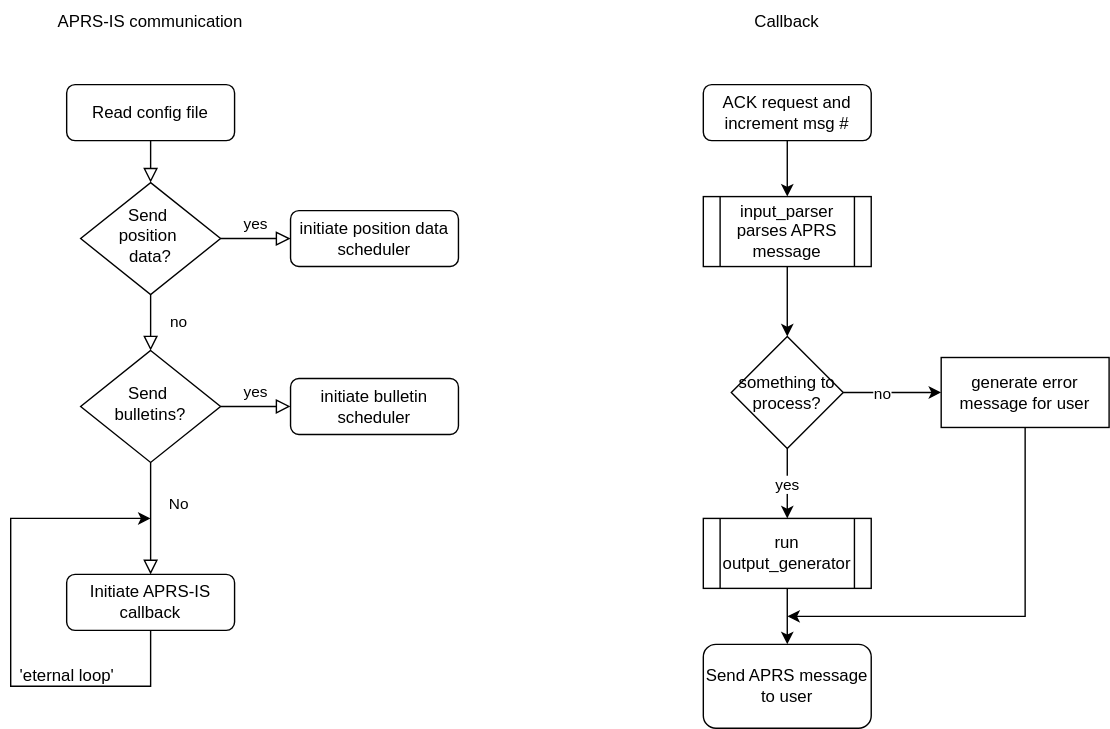
joergschultzelutter/core-aprs-client keeps this draw.io diagram as img/schematics.svg. Above is the earlier version. Source tidied: cells renumbered, new cells last; positions are measured from the earlier drawing's top-left corner, leaving out a move shared by most shapes. Source of this version:
```xml
<mxGraphModel>
  <root>
    <mxCell id="0" />
    <mxCell id="1" parent="0" />
    <mxCell id="2" style="rounded=0;html=1;jettySize=auto;fontSize=11;endArrow=block;endFill=0;endSize=8;strokeWidth=1;shadow=0;labelBackgroundColor=none;edgeStyle=orthogonalEdgeStyle;" parent="1" edge="1" source="3" target="6">
      <mxGeometry relative="1" as="geometry" />
    </mxCell>
    <mxCell id="3" value="Read config file" style="rounded=1;whiteSpace=wrap;html=1;fontSize=12;glass=0;strokeWidth=1;shadow=0;" parent="1" vertex="1">
      <mxGeometry x="45" y="60" width="120" height="40" as="geometry" />
    </mxCell>
    <mxCell id="4" value="no" style="rounded=0;html=1;jettySize=auto;fontSize=11;endArrow=block;endFill=0;endSize=8;strokeWidth=1;shadow=0;labelBackgroundColor=none;edgeStyle=orthogonalEdgeStyle;" parent="1" edge="1" source="6" target="10">
      <mxGeometry y="20" relative="1" as="geometry" />
    </mxCell>
    <mxCell id="5" value="yes" style="edgeStyle=orthogonalEdgeStyle;rounded=0;html=1;jettySize=auto;fontSize=11;endArrow=block;endFill=0;endSize=8;strokeWidth=1;shadow=0;labelBackgroundColor=none;" parent="1" edge="1" source="6" target="7">
      <mxGeometry y="10" relative="1" as="geometry" />
    </mxCell>
    <mxCell id="6" value="Send&amp;nbsp;&lt;div&gt;position&amp;nbsp;&lt;/div&gt;&lt;div&gt;data?&lt;/div&gt;" style="rhombus;whiteSpace=wrap;html=1;shadow=0;fontFamily=Helvetica;fontSize=12;align=center;strokeWidth=1;spacing=6;spacingTop=-4;" parent="1" vertex="1">
      <mxGeometry x="55" y="130" width="100" height="80" as="geometry" />
    </mxCell>
    <mxCell id="7" value="initiate position data scheduler" style="rounded=1;whiteSpace=wrap;html=1;fontSize=12;glass=0;strokeWidth=1;shadow=0;" parent="1" vertex="1">
      <mxGeometry x="205" y="150" width="120" height="40" as="geometry" />
    </mxCell>
    <mxCell id="8" value="No" style="rounded=0;html=1;jettySize=auto;fontSize=11;endArrow=block;endFill=0;endSize=8;strokeWidth=1;shadow=0;labelBackgroundColor=none;edgeStyle=orthogonalEdgeStyle;" parent="1" edge="1" source="10" target="11">
      <mxGeometry x="-0.25" y="20" relative="1" as="geometry" />
    </mxCell>
    <mxCell id="9" value="yes" style="edgeStyle=orthogonalEdgeStyle;rounded=0;html=1;jettySize=auto;fontSize=11;endArrow=block;endFill=0;endSize=8;strokeWidth=1;shadow=0;labelBackgroundColor=none;" parent="1" edge="1" source="10" target="12">
      <mxGeometry y="10" relative="1" as="geometry" />
    </mxCell>
    <mxCell id="10" value="Send&amp;nbsp;&lt;div&gt;bulletins?&lt;/div&gt;" style="rhombus;whiteSpace=wrap;html=1;shadow=0;fontFamily=Helvetica;fontSize=12;align=center;strokeWidth=1;spacing=6;spacingTop=-4;" parent="1" vertex="1">
      <mxGeometry x="55" y="250" width="100" height="80" as="geometry" />
    </mxCell>
    <mxCell id="11" value="Initiate APRS-IS callback" style="rounded=1;whiteSpace=wrap;html=1;fontSize=12;glass=0;strokeWidth=1;shadow=0;" parent="1" vertex="1">
      <mxGeometry x="45" y="410" width="120" height="40" as="geometry" />
    </mxCell>
    <mxCell id="12" value="initiate bulletin&lt;div&gt;scheduler&lt;/div&gt;" style="rounded=1;whiteSpace=wrap;html=1;fontSize=12;glass=0;strokeWidth=1;shadow=0;" parent="1" vertex="1">
      <mxGeometry x="205" y="270" width="120" height="40" as="geometry" />
    </mxCell>
    <mxCell id="13" style="endArrow=classic;html=1;rounded=0;exitX=0.5;exitY=1;exitDx=0;exitDy=0;" parent="1" edge="1" source="11">
      <mxGeometry relative="1" as="geometry">
        <mxPoint x="105" y="370" as="targetPoint" />
        <Array as="points">
          <mxPoint x="105" y="490" />
          <mxPoint x="5" y="490" />
          <mxPoint x="5" y="440" />
          <mxPoint x="5" y="370" />
        </Array>
      </mxGeometry>
    </mxCell>
    <mxCell id="14" value="'eternal loop'" style="text;html=1;align=center;verticalAlign=middle;strokeColor=none;fillColor=none;" parent="1" vertex="1">
      <mxGeometry y="468" width="90" height="30" as="geometry" />
    </mxCell>
    <mxCell id="15" value="APRS-IS communication" style="text;html=1;align=center;verticalAlign=middle;whiteSpace=wrap;rounded=0;" parent="1" vertex="1">
      <mxGeometry x="25" width="160" height="30" as="geometry" />
    </mxCell>
    <mxCell id="16" value="Callback" style="text;html=1;align=center;verticalAlign=middle;whiteSpace=wrap;rounded=0;" parent="1" vertex="1">
      <mxGeometry x="530" width="60" height="30" as="geometry" />
    </mxCell>
    <mxCell id="17" value="ACK request and increment msg #" style="rounded=1;whiteSpace=wrap;html=1;" parent="1" vertex="1">
      <mxGeometry x="500" y="60" width="120" height="40" as="geometry" />
    </mxCell>
    <mxCell id="18" value="input_parser parses APRS message" style="shape=process;whiteSpace=wrap;html=1;backgroundOutline=1;" parent="1" vertex="1">
      <mxGeometry x="500" y="140" width="120" height="50" as="geometry" />
    </mxCell>
    <mxCell id="19" value="something to process?" style="rhombus;whiteSpace=wrap;html=1;" parent="1" vertex="1">
      <mxGeometry x="520" y="240" width="80" height="80" as="geometry" />
    </mxCell>
    <mxCell id="20" value="run output_generator" style="shape=process;whiteSpace=wrap;html=1;backgroundOutline=1;" parent="1" vertex="1">
      <mxGeometry x="500" y="370" width="120" height="50" as="geometry" />
    </mxCell>
    <mxCell id="21" value="generate error message for user" style="rounded=0;whiteSpace=wrap;html=1;" parent="1" vertex="1">
      <mxGeometry x="670" y="255" width="120" height="50" as="geometry" />
    </mxCell>
    <mxCell id="22" style="endArrow=classic;html=1;rounded=0;exitX=0.5;exitY=1;exitDx=0;exitDy=0;entryX=0.5;entryY=0;entryDx=0;entryDy=0;" parent="1" edge="1" source="17" target="18">
      <mxGeometry relative="1" as="geometry" />
    </mxCell>
    <mxCell id="23" style="endArrow=classic;html=1;rounded=0;entryX=0.5;entryY=0;entryDx=0;entryDy=0;exitX=0.5;exitY=1;exitDx=0;exitDy=0;" parent="1" edge="1" source="18" target="19">
      <mxGeometry relative="1" as="geometry" />
    </mxCell>
    <mxCell id="24" style="endArrow=classic;html=1;rounded=0;entryX=0;entryY=0.5;entryDx=0;entryDy=0;exitX=1;exitY=0.5;exitDx=0;exitDy=0;" parent="1" edge="1" source="19" target="21">
      <mxGeometry relative="1" as="geometry" />
    </mxCell>
    <mxCell id="25" value="no" style="edgeLabel;html=1;align=center;verticalAlign=middle;" parent="24" vertex="1">
      <mxGeometry x="-0.23" relative="1" as="geometry" />
    </mxCell>
    <mxCell id="26" style="endArrow=classic;html=1;rounded=0;entryX=0.5;entryY=0;entryDx=0;entryDy=0;exitX=0.5;exitY=1;exitDx=0;exitDy=0;" parent="1" edge="1" source="19" target="20">
      <mxGeometry relative="1" as="geometry" />
    </mxCell>
    <mxCell id="27" value="yes" style="edgeLabel;html=1;align=center;verticalAlign=middle;" parent="26" vertex="1">
      <mxGeometry y="-1" relative="1" as="geometry" />
    </mxCell>
    <mxCell id="28" style="endArrow=classic;html=1;rounded=0;entryX=0.5;entryY=0;entryDx=0;entryDy=0;exitX=0.5;exitY=1;exitDx=0;exitDy=0;" parent="1" edge="1" source="20" target="29">
      <mxGeometry relative="1" as="geometry" />
    </mxCell>
    <mxCell id="29" value="Send APRS message to user" style="rounded=1;whiteSpace=wrap;html=1;" parent="1" vertex="1">
      <mxGeometry x="500" y="460" width="120" height="60" as="geometry" />
    </mxCell>
    <mxCell id="30" style="endArrow=classic;html=1;rounded=0;exitX=0.5;exitY=1;exitDx=0;exitDy=0;" parent="1" edge="1" source="21">
      <mxGeometry relative="1" as="geometry">
        <mxPoint x="560" y="440" as="targetPoint" />
        <Array as="points">
          <mxPoint x="730" y="440" />
        </Array>
      </mxGeometry>
    </mxCell>
  </root>
</mxGraphModel>
```
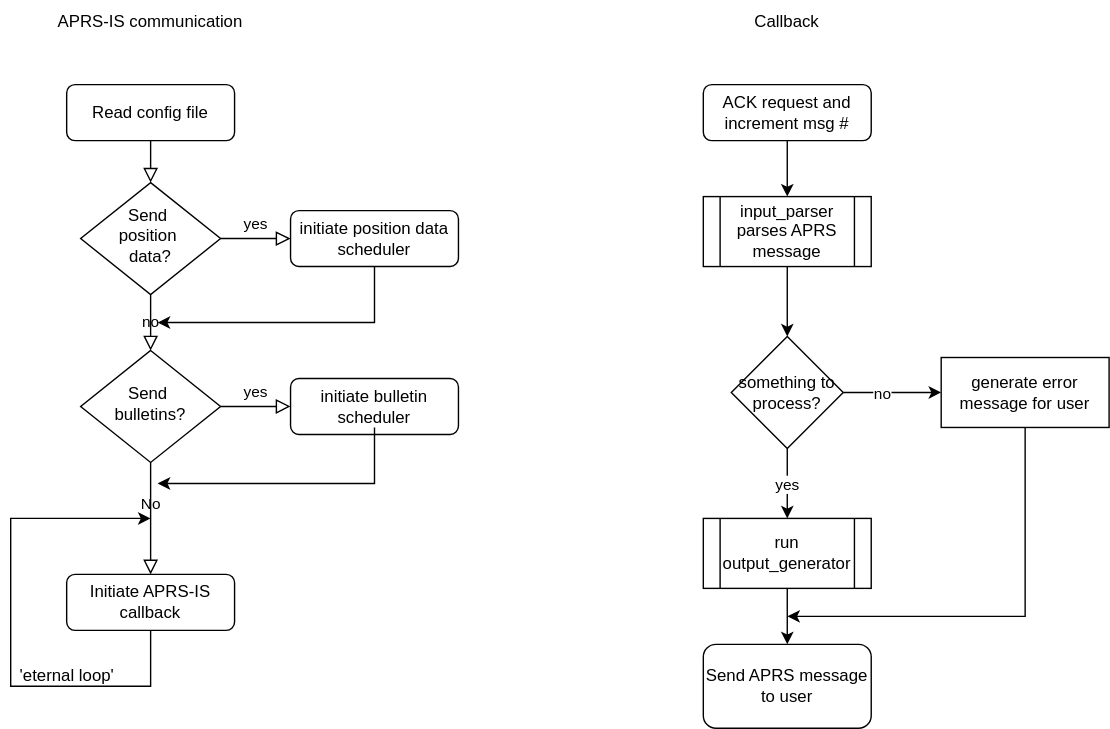
After the commit.

Change to the diagram source:
```diff
@@ -9,7 +9,7 @@
       <mxGeometry x="45" y="60" width="120" height="40" as="geometry" />
     </mxCell>
     <mxCell id="4" value="no" style="rounded=0;html=1;jettySize=auto;fontSize=11;endArrow=block;endFill=0;endSize=8;strokeWidth=1;shadow=0;labelBackgroundColor=none;edgeStyle=orthogonalEdgeStyle;" parent="1" edge="1" source="6" target="10">
-      <mxGeometry y="20" relative="1" as="geometry" />
+      <mxGeometry relative="1" as="geometry" />
     </mxCell>
     <mxCell id="5" value="yes" style="edgeStyle=orthogonalEdgeStyle;rounded=0;html=1;jettySize=auto;fontSize=11;endArrow=block;endFill=0;endSize=8;strokeWidth=1;shadow=0;labelBackgroundColor=none;" parent="1" edge="1" source="6" target="7">
       <mxGeometry y="10" relative="1" as="geometry" />
@@ -21,7 +21,7 @@
       <mxGeometry x="205" y="150" width="120" height="40" as="geometry" />
     </mxCell>
     <mxCell id="8" value="No" style="rounded=0;html=1;jettySize=auto;fontSize=11;endArrow=block;endFill=0;endSize=8;strokeWidth=1;shadow=0;labelBackgroundColor=none;edgeStyle=orthogonalEdgeStyle;" parent="1" edge="1" source="10" target="11">
-      <mxGeometry x="-0.25" y="20" relative="1" as="geometry" />
+      <mxGeometry x="-0.25" relative="1" as="geometry" />
     </mxCell>
     <mxCell id="9" value="yes" style="edgeStyle=orthogonalEdgeStyle;rounded=0;html=1;jettySize=auto;fontSize=11;endArrow=block;endFill=0;endSize=8;strokeWidth=1;shadow=0;labelBackgroundColor=none;" parent="1" edge="1" source="10" target="12">
       <mxGeometry y="10" relative="1" as="geometry" />
@@ -102,5 +102,23 @@
         </Array>
       </mxGeometry>
     </mxCell>
+    <mxCell id="31" style="endArrow=classic;html=1;rounded=0;exitX=0.5;exitY=1;exitDx=0;exitDy=0;" parent="1" edge="1">
+      <mxGeometry relative="1" as="geometry">
+        <mxPoint x="265" y="190" as="sourcePoint" />
+        <mxPoint x="110" y="230" as="targetPoint" />
+        <Array as="points">
+          <mxPoint x="265" y="230" />
+        </Array>
+      </mxGeometry>
+    </mxCell>
+    <mxCell id="32" style="endArrow=classic;html=1;rounded=0;exitX=0.5;exitY=1;exitDx=0;exitDy=0;" parent="1" edge="1">
+      <mxGeometry relative="1" as="geometry">
+        <mxPoint x="265" y="305" as="sourcePoint" />
+        <mxPoint x="110" y="345" as="targetPoint" />
+        <Array as="points">
+          <mxPoint x="265" y="345" />
+        </Array>
+      </mxGeometry>
+    </mxCell>
   </root>
 </mxGraphModel>
```
